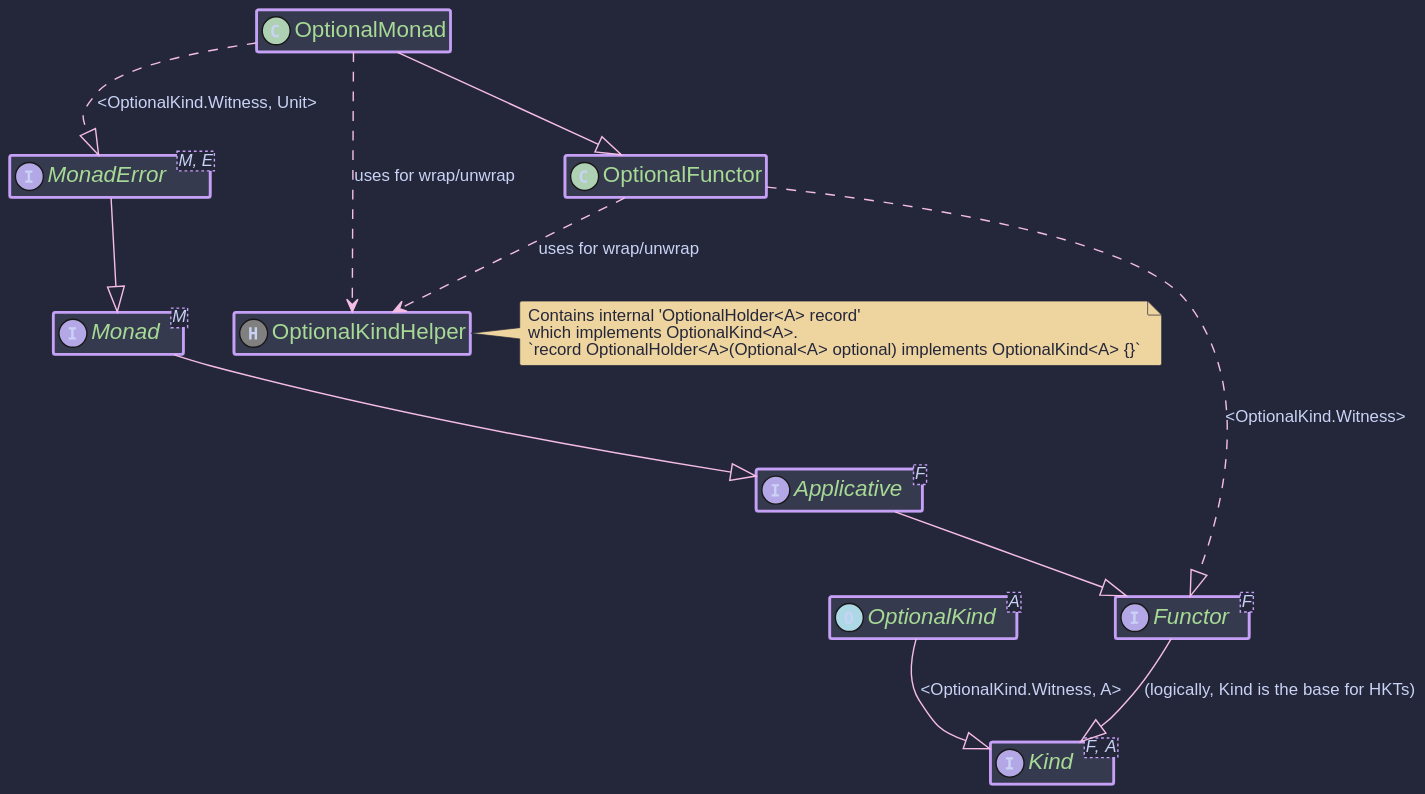
Above: hkj-book/src/images/puml/optional_monad.svg in higher-kinded-j/higher-kinded-j (PlantUML), before the change.
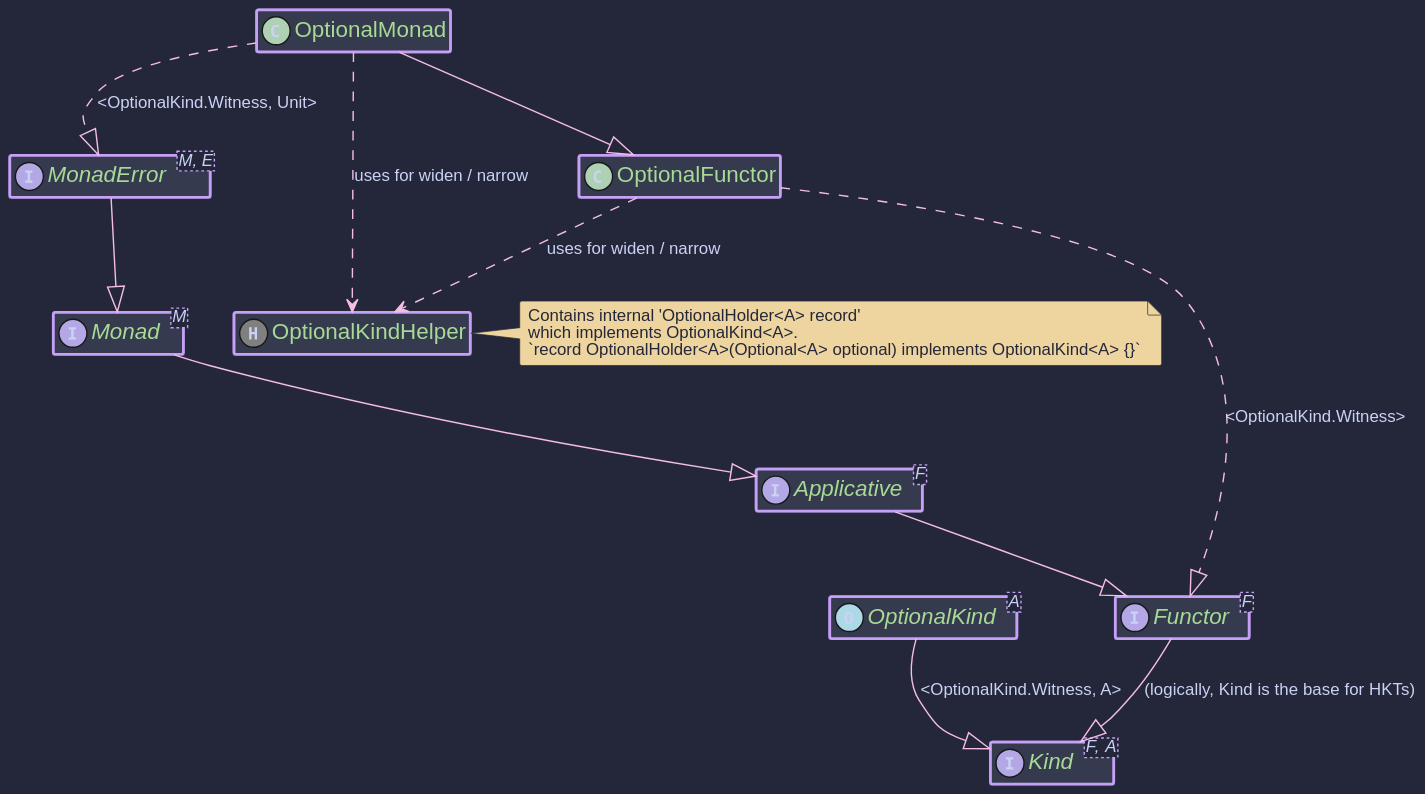
After the change.

What changed in the source:
```diff
@@ -21,6 +21,7 @@
 class "OptionalFunctor" as OptionalFunctorImpl {
 }
 class "OptionalMonad" as OptionalMonadImpl {
+
 }
 
 MonadErrorBase --|> MonadBase
@@ -34,6 +35,6 @@
 OptionalMonadImpl --|> OptionalFunctorImpl
 OptionalMonadImpl ..|> MonadErrorBase : <OptionalKind.Witness, Unit>
 
-OptionalMonadImpl ..> OptionalKindHelper : uses for wrap/unwrap
-OptionalFunctorImpl ..> OptionalKindHelper : uses for wrap/unwrap
+OptionalMonadImpl ..> OptionalKindHelper : uses for widen / narrow
+OptionalFunctorImpl ..> OptionalKindHelper : uses for widen / narrow
 @enduml
```
